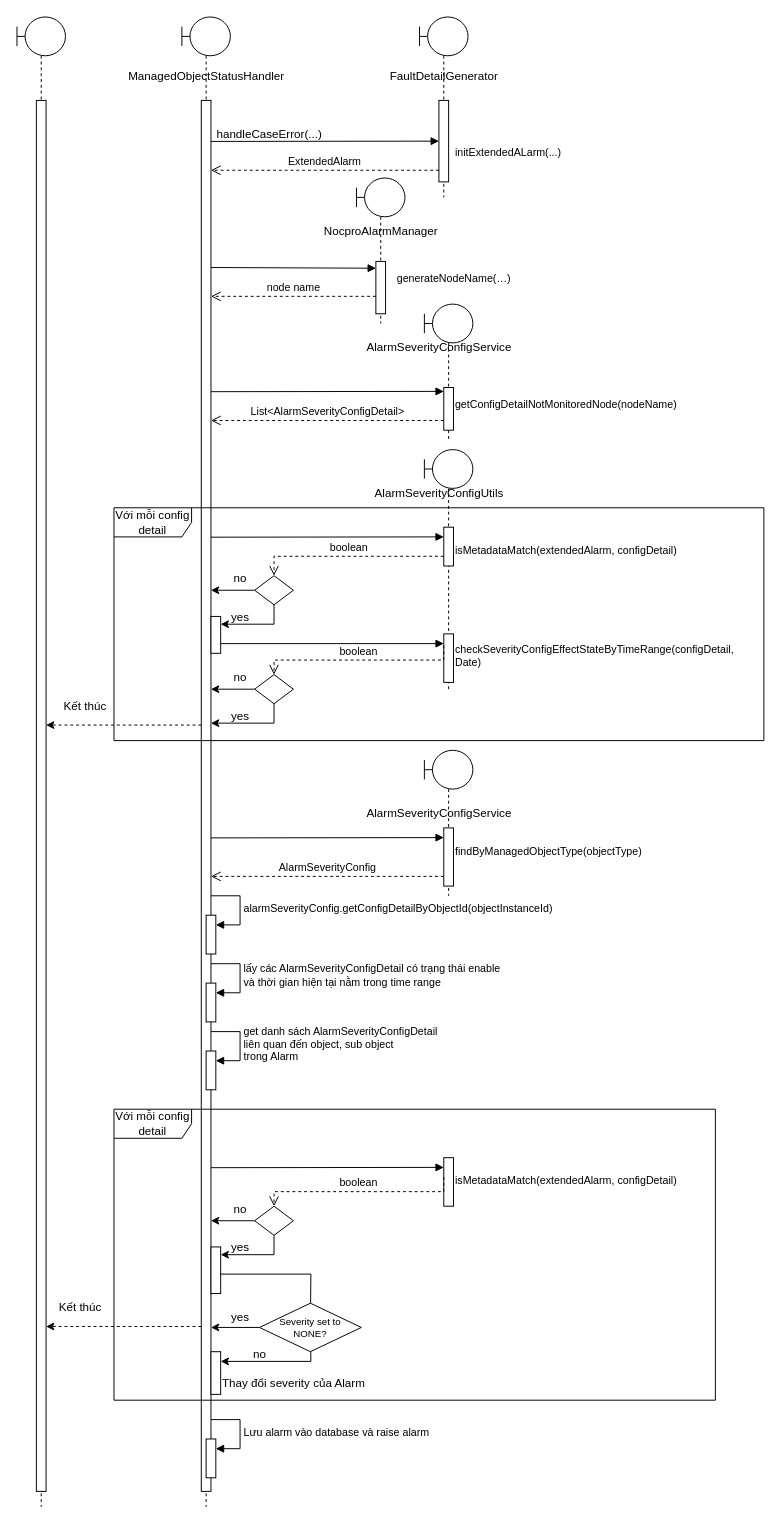
Earlier version of the draw.io diagram page "Luồng dữ liệu" (2 of 2) of change_alarm_severity.drawio (hiep1097/drawio). Source tidied: cells renumbered, new cells numbered last; positions are measured from the earlier drawing's top-left corner, leaving out a move shared by most shapes. Both pictures are drawn from the tidied source at 97%, with x=0, y=0 at pixel (16, 16).
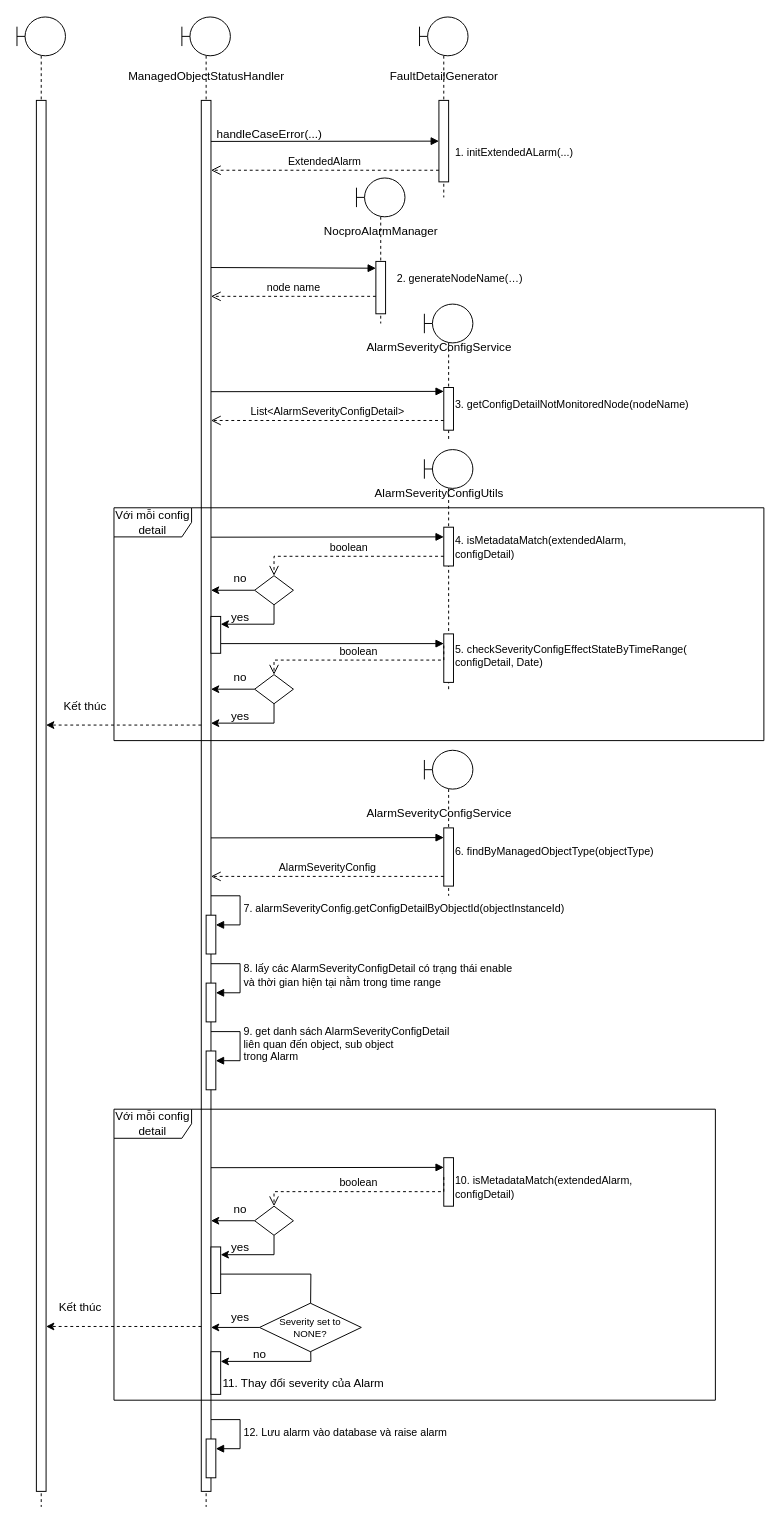
After the change.

Commit message (it also covers changes not shown here):
Cập nhật change_alarm_severity.drawio

The change refers to these unchanged cells:
```xml
<mxCell id="57" style="html=1;points=[];perimeter=orthogonalPerimeter;outlineConnect=0;targetShapes=umlLifeline;portConstraint=eastwest;newEdgeStyle={&quot;edgeStyle&quot;:&quot;elbowEdgeStyle&quot;,&quot;elbow&quot;:&quot;vertical&quot;,&quot;curved&quot;:0,&quot;rounded&quot;:0};" parent="1" vertex="1">
  <mxGeometry x="195" y="1066" width="10" height="40" as="geometry" />
</mxCell>
<mxCell id="72" style="html=1;points=[];perimeter=orthogonalPerimeter;outlineConnect=0;targetShapes=umlLifeline;portConstraint=eastwest;newEdgeStyle={&quot;edgeStyle&quot;:&quot;elbowEdgeStyle&quot;,&quot;elbow&quot;:&quot;vertical&quot;,&quot;curved&quot;:0,&quot;rounded&quot;:0};" parent="1" vertex="1">
  <mxGeometry x="195" y="926" width="10" height="40" as="geometry" />
</mxCell>
<mxCell id="74" style="html=1;points=[];perimeter=orthogonalPerimeter;outlineConnect=0;targetShapes=umlLifeline;portConstraint=eastwest;newEdgeStyle={&quot;edgeStyle&quot;:&quot;elbowEdgeStyle&quot;,&quot;elbow&quot;:&quot;vertical&quot;,&quot;curved&quot;:0,&quot;rounded&quot;:0};" parent="1" vertex="1">
  <mxGeometry x="195" y="996" width="10" height="40" as="geometry" />
</mxCell>
<mxCell id="83" style="html=1;points=[];perimeter=orthogonalPerimeter;outlineConnect=0;targetShapes=umlLifeline;portConstraint=eastwest;newEdgeStyle={&quot;edgeStyle&quot;:&quot;elbowEdgeStyle&quot;,&quot;elbow&quot;:&quot;vertical&quot;,&quot;curved&quot;:0,&quot;rounded&quot;:0};" parent="1" vertex="1">
  <mxGeometry x="195" y="1466" width="10" height="40" as="geometry" />
</mxCell>
```

What changed in the source:
```diff
@@
-    <mxCell id="19" value="&lt;span style=&quot;color: rgb(0, 0, 0); font-family: Helvetica; font-size: 11px; font-style: normal; font-variant-ligatures: normal; font-variant-caps: normal; font-weight: 400; letter-spacing: normal; orphans: 2; text-align: left; text-indent: 0px; text-transform: none; widows: 2; word-spacing: 0px; -webkit-text-stroke-width: 0px; background-color: rgb(255, 255, 255); text-decoration-thickness: initial; text-decoration-style: initial; text-decoration-color: initial; float: none; display: inline !important;&quot;&gt;initExtendedALarm(...)&lt;/span&gt;" style="text;whiteSpace=wrap;html=1;" parent="1" vertex="1">
+    <mxCell id="19" value="&lt;span style=&quot;color: rgb(0, 0, 0); font-family: Helvetica; font-size: 11px; font-style: normal; font-variant-ligatures: normal; font-variant-caps: normal; font-weight: 400; letter-spacing: normal; orphans: 2; text-align: left; text-indent: 0px; text-transform: none; widows: 2; word-spacing: 0px; -webkit-text-stroke-width: 0px; background-color: rgb(255, 255, 255); text-decoration-thickness: initial; text-decoration-style: initial; text-decoration-color: initial; float: none; display: inline !important;&quot;&gt;1. initExtendedALarm(...)&lt;/span&gt;" style="text;whiteSpace=wrap;html=1;" parent="1" vertex="1">
       <mxGeometry x="450" y="126" width="140" height="40" as="geometry" />
     </mxCell>
-    <mxCell id="20" value="&lt;span style=&quot;color: rgb(0, 0, 0); font-family: Helvetica; font-size: 11px; font-style: normal; font-variant-ligatures: normal; font-variant-caps: normal; font-weight: 400; letter-spacing: normal; orphans: 2; text-align: left; text-indent: 0px; text-transform: none; widows: 2; word-spacing: 0px; -webkit-text-stroke-width: 0px; background-color: rgb(255, 255, 255); text-decoration-thickness: initial; text-decoration-style: initial; text-decoration-color: initial; float: none; display: inline !important;&quot;&gt;generateNodeName(…)&lt;/span&gt;" style="text;whiteSpace=wrap;html=1;" parent="1" vertex="1">
+    <mxCell id="20" value="&lt;span style=&quot;color: rgb(0, 0, 0); font-family: Helvetica; font-size: 11px; font-style: normal; font-variant-ligatures: normal; font-variant-caps: normal; font-weight: 400; letter-spacing: normal; orphans: 2; text-align: left; text-indent: 0px; text-transform: none; widows: 2; word-spacing: 0px; -webkit-text-stroke-width: 0px; background-color: rgb(255, 255, 255); text-decoration-thickness: initial; text-decoration-style: initial; text-decoration-color: initial; float: none; display: inline !important;&quot;&gt;2. generateNodeName(…)&lt;/span&gt;" style="text;whiteSpace=wrap;html=1;" parent="1" vertex="1">
       <mxGeometry x="390" y="256" width="140" height="40" as="geometry" />
     </mxCell>
-    <mxCell id="21" value="&lt;span style=&quot;color: rgb(0, 0, 0); font-family: Helvetica; font-size: 11px; font-style: normal; font-variant-ligatures: normal; font-variant-caps: normal; font-weight: 400; letter-spacing: normal; orphans: 2; text-align: left; text-indent: 0px; text-transform: none; widows: 2; word-spacing: 0px; -webkit-text-stroke-width: 0px; background-color: rgb(255, 255, 255); text-decoration-thickness: initial; text-decoration-style: initial; text-decoration-color: initial; float: none; display: inline !important;&quot;&gt;getConfigDetailNotMonitoredNode(nodeName)&lt;/span&gt;" style="text;whiteSpace=wrap;html=1;" parent="1" vertex="1">
-      <mxGeometry x="450" y="386" width="140" height="40" as="geometry" />
+    <mxCell id="21" value="&lt;span style=&quot;color: rgb(0, 0, 0); font-family: Helvetica; font-size: 11px; font-style: normal; font-variant-ligatures: normal; font-variant-caps: normal; font-weight: 400; letter-spacing: normal; orphans: 2; text-align: left; text-indent: 0px; text-transform: none; widows: 2; word-spacing: 0px; -webkit-text-stroke-width: 0px; background-color: rgb(255, 255, 255); text-decoration-thickness: initial; text-decoration-style: initial; text-decoration-color: initial; float: none; display: inline !important;&quot;&gt;3. getConfigDetailNotMonitoredNode(nodeName)&lt;/span&gt;" style="text;whiteSpace=wrap;html=1;" parent="1" vertex="1">
+      <mxGeometry x="450" y="386" width="270" height="40" as="geometry" />
     </mxCell>
@@
-    <mxCell id="29" value="&lt;span style=&quot;font-size: 11px; background-color: rgb(255, 255, 255);&quot;&gt;isMetadataMatch(extendedAlarm, configDetail)&lt;/span&gt;" style="text;whiteSpace=wrap;html=1;" parent="1" vertex="1">
-      <mxGeometry x="450" y="536" width="240" height="40" as="geometry" />
+    <mxCell id="29" value="&lt;span style=&quot;font-size: 11px; background-color: rgb(255, 255, 255);&quot;&gt;4. isMetadataMatch(extendedAlarm, configDetail)&lt;/span&gt;" style="text;whiteSpace=wrap;html=1;" parent="1" vertex="1">
+      <mxGeometry x="450" y="526" width="240" height="40" as="geometry" />
     </mxCell>
@@
-    <mxCell id="38" value="&lt;span style=&quot;font-size: 11px; background-color: rgb(255, 255, 255);&quot;&gt;checkSeverityConfigEffectStateByTimeRange(configDetail, Date)&lt;/span&gt;" style="text;whiteSpace=wrap;html=1;" parent="1" vertex="1">
-      <mxGeometry x="450" y="638" width="220" height="38" as="geometry" />
+    <mxCell id="38" value="&lt;span style=&quot;font-size: 11px; background-color: rgb(255, 255, 255);&quot;&gt;5. checkSeverityConfigEffectStateByTimeRange(&lt;br&gt;configDetail, Date)&lt;/span&gt;" style="text;whiteSpace=wrap;html=1;" parent="1" vertex="1">
+      <mxGeometry x="450" y="638" width="300" height="38" as="geometry" />
     </mxCell>
@@
-    <mxCell id="55" value="&lt;span style=&quot;color: rgb(0, 0, 0); font-family: Helvetica; font-size: 11px; font-style: normal; font-variant-ligatures: normal; font-variant-caps: normal; font-weight: 400; letter-spacing: normal; orphans: 2; text-align: left; text-indent: 0px; text-transform: none; widows: 2; word-spacing: 0px; -webkit-text-stroke-width: 0px; background-color: rgb(255, 255, 255); text-decoration-thickness: initial; text-decoration-style: initial; text-decoration-color: initial; float: none; display: inline !important;&quot;&gt;findByManagedObjectType(objectType)&lt;/span&gt;" style="text;whiteSpace=wrap;html=1;" parent="1" vertex="1">
-      <mxGeometry x="450" y="846" width="140" height="40" as="geometry" />
+    <mxCell id="55" value="&lt;span style=&quot;color: rgb(0, 0, 0); font-family: Helvetica; font-size: 11px; font-style: normal; font-variant-ligatures: normal; font-variant-caps: normal; font-weight: 400; letter-spacing: normal; orphans: 2; text-align: left; text-indent: 0px; text-transform: none; widows: 2; word-spacing: 0px; -webkit-text-stroke-width: 0px; background-color: rgb(255, 255, 255); text-decoration-thickness: initial; text-decoration-style: initial; text-decoration-color: initial; float: none; display: inline !important;&quot;&gt;6. findByManagedObjectType(objectType)&lt;/span&gt;" style="text;whiteSpace=wrap;html=1;" parent="1" vertex="1">
+      <mxGeometry x="450" y="846" width="210" height="40" as="geometry" />
     </mxCell>
@@
-    <mxCell id="58" value="get danh sách AlarmSeverityConfigDetail&lt;br&gt;liên quan đến object, sub object &lt;br&gt;trong Alarm" style="html=1;align=left;spacingLeft=2;endArrow=block;rounded=0;edgeStyle=orthogonalEdgeStyle;curved=0;rounded=0;" parent="1" edge="1" target="57">
+    <mxCell id="58" value="9. get danh sách AlarmSeverityConfigDetail&lt;br&gt;liên quan đến object, sub object &lt;br&gt;trong Alarm" style="html=1;align=left;spacingLeft=2;endArrow=block;rounded=0;edgeStyle=orthogonalEdgeStyle;curved=0;rounded=0;" parent="1" edge="1" target="57">
       <mxGeometry relative="1" as="geometry">
         <mxPoint x="200" y="1046" as="sourcePoint" />
         <Array as="points">
           <mxPoint x="230" y="1076" />
         </Array>
       </mxGeometry>
     </mxCell>
@@
-    <mxCell id="61" value="&lt;span style=&quot;font-size: 11px; background-color: rgb(255, 255, 255);&quot;&gt;isMetadataMatch(extendedAlarm, configDetail)&lt;/span&gt;" style="text;whiteSpace=wrap;html=1;" parent="1" vertex="1">
+    <mxCell id="61" value="&lt;span style=&quot;font-size: 11px; background-color: rgb(255, 255, 255);&quot;&gt;10. isMetadataMatch(extendedAlarm, configDetail)&lt;/span&gt;" style="text;whiteSpace=wrap;html=1;" parent="1" vertex="1">
       <mxGeometry x="450" y="1186" width="240" height="40" as="geometry" />
     </mxCell>
@@
-    <mxCell id="73" value="alarmSeverityConfig.getConfigDetailByObjectId(objectInstanceId)" style="html=1;align=left;spacingLeft=2;endArrow=block;rounded=0;edgeStyle=orthogonalEdgeStyle;curved=0;rounded=0;" parent="1" edge="1" target="72">
+    <mxCell id="73" value="7. alarmSeverityConfig.getConfigDetailByObjectId(objectInstanceId)" style="html=1;align=left;spacingLeft=2;endArrow=block;rounded=0;edgeStyle=orthogonalEdgeStyle;curved=0;rounded=0;" parent="1" edge="1" target="72">
       <mxGeometry relative="1" as="geometry">
         <mxPoint x="200" y="906" as="sourcePoint" />
         <Array as="points">
           <mxPoint x="230" y="936" />
         </Array>
       </mxGeometry>
     </mxCell>
@@
-    <mxCell id="75" value="lấy các AlarmSeverityConfigDetail có trạng thái enable &lt;br&gt;và thời gian hiện tại nằm trong time range" style="html=1;align=left;spacingLeft=2;endArrow=block;rounded=0;edgeStyle=orthogonalEdgeStyle;curved=0;rounded=0;" parent="1" edge="1" target="74">
+    <mxCell id="75" value="8. lấy các AlarmSeverityConfigDetail có trạng thái enable &lt;br&gt;và thời gian hiện tại nằm trong time range" style="html=1;align=left;spacingLeft=2;endArrow=block;rounded=0;edgeStyle=orthogonalEdgeStyle;curved=0;rounded=0;" parent="1" edge="1" target="74">
       <mxGeometry x="-0.01" relative="1" as="geometry">
         <mxPoint x="200" y="976" as="sourcePoint" />
         <Array as="points">
           <mxPoint x="230" y="1006" />
         </Array>
       </mxGeometry>
     </mxCell>
@@
-    <mxCell id="82" value="Thay đổi severity của Alarm" style="text;html=1;align=center;verticalAlign=middle;strokeColor=none;fillColor=none;" parent="1" vertex="1">
-      <mxGeometry x="200" y="1394" width="170" height="30" as="geometry" />
+    <mxCell id="82" value="11. Thay đổi severity của Alarm" style="text;html=1;align=center;verticalAlign=middle;strokeColor=none;fillColor=none;" parent="1" vertex="1">
+      <mxGeometry x="200" y="1394" width="190" height="30" as="geometry" />
     </mxCell>
@@
-    <mxCell id="84" value="Lưu alarm vào database và raise alarm" style="html=1;align=left;spacingLeft=2;endArrow=block;rounded=0;edgeStyle=orthogonalEdgeStyle;curved=0;rounded=0;" parent="1" edge="1" target="83">
+    <mxCell id="84" value="12. Lưu alarm vào database và raise alarm" style="html=1;align=left;spacingLeft=2;endArrow=block;rounded=0;edgeStyle=orthogonalEdgeStyle;curved=0;rounded=0;" parent="1" edge="1" target="83">
       <mxGeometry relative="1" as="geometry">
         <mxPoint x="200" y="1446" as="sourcePoint" />
         <Array as="points">
           <mxPoint x="230" y="1476" />
         </Array>
       </mxGeometry>
     </mxCell>
```
